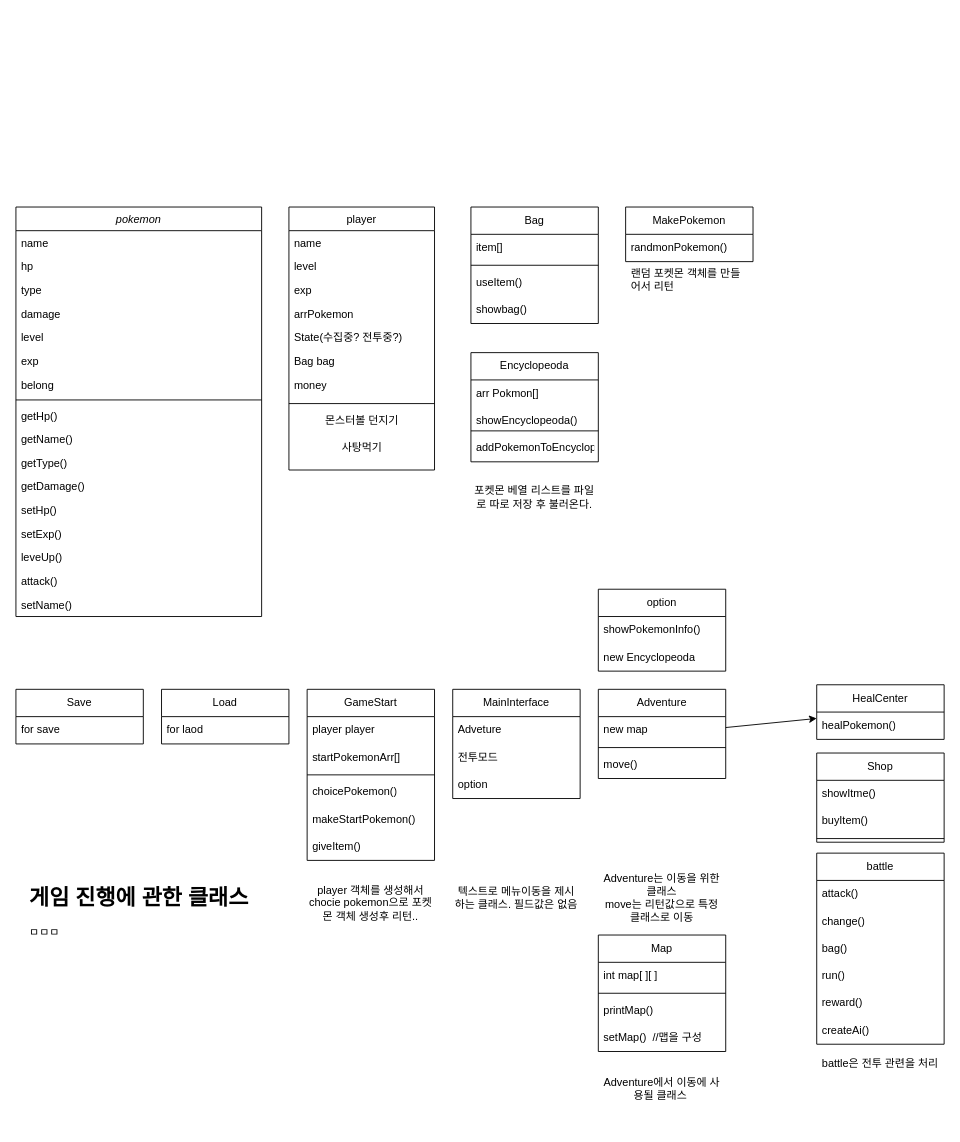
Earlier version of the draw.io diagram pokemon.drawio (heung115/java-project-pokemon). Source tidied: cells renumbered, new cells numbered last; positions are measured from the earlier drawing's top-left corner, leaving out a move shared by most shapes. Both pictures are drawn from the tidied source at 91%, with x=0, y=0 at pixel (15, 207).
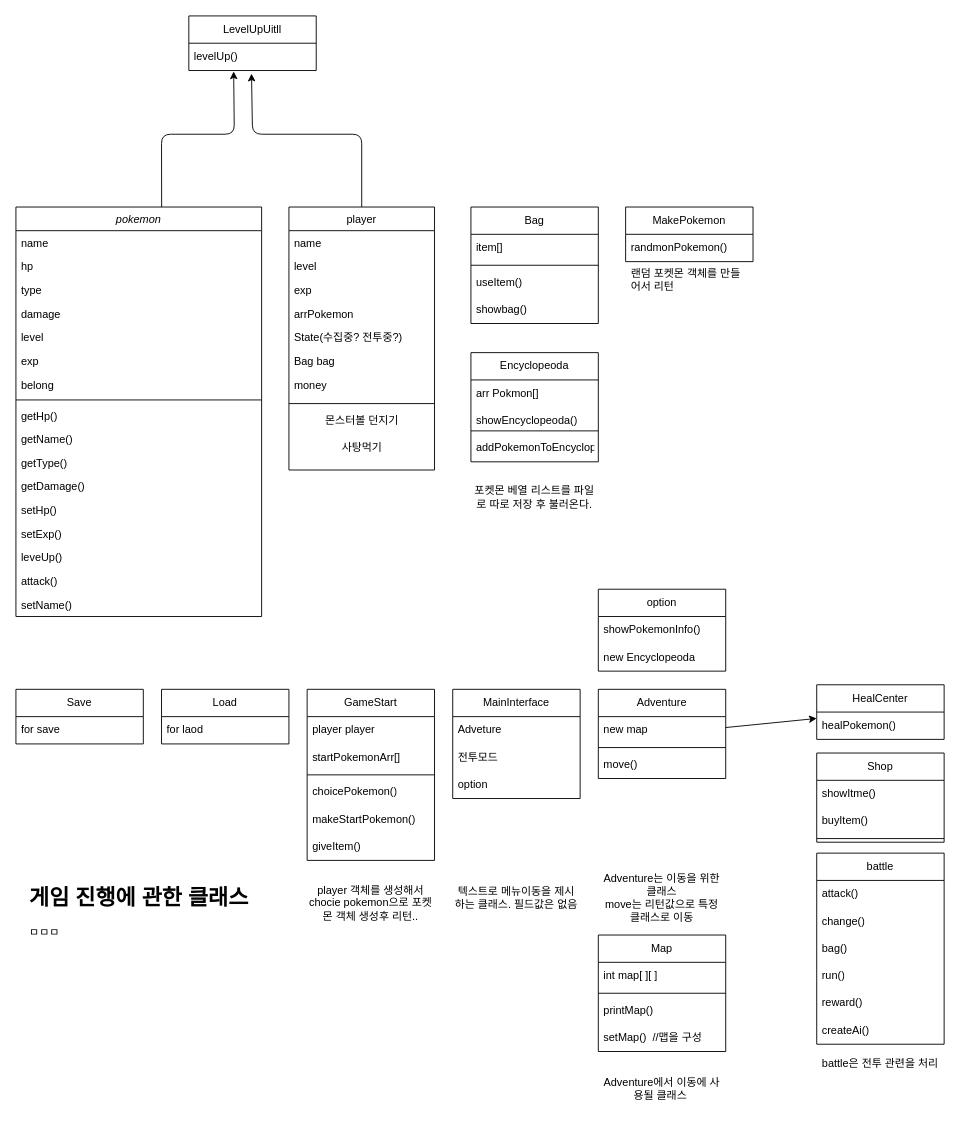
The same diagram, later.

Unchanged cells that the change refers to:
```xml
<mxCell id="2" value="pokemon" style="swimlane;fontStyle=2;align=center;verticalAlign=top;horizontal=1;startSize=26;rounded=0;shadow=0;strokeWidth=1;" parent="1" vertex="1">
  <mxGeometry width="270" height="450" as="geometry" />
</mxCell>
<mxCell id="20" value="player" style="swimlane;fontStyle=0;align=center;verticalAlign=top;horizontal=1;startSize=26;rounded=0;shadow=0;strokeWidth=1;" parent="1" vertex="1">
  <mxGeometry x="300" width="160" height="289" as="geometry" />
</mxCell>
```

The edit, as a diff of the source:
```diff
@@
+    <mxCell id="92" style="edgeStyle=none;html=1;entryX=0.352;entryY=1.032;entryDx=0;entryDy=0;entryPerimeter=0;exitX=0.593;exitY=0;exitDx=0;exitDy=0;exitPerimeter=0;" parent="1" edge="1" source="2" target="95">
+      <mxGeometry relative="1" as="geometry">
+        <Array as="points">
+          <mxPoint x="160" y="-80" />
+          <mxPoint x="240" y="-80" />
+        </Array>
+      </mxGeometry>
+    </mxCell>
@@
+    <mxCell id="93" style="edgeStyle=none;html=1;entryX=0.492;entryY=1.114;entryDx=0;entryDy=0;entryPerimeter=0;" parent="1" edge="1" source="20" target="95">
+      <mxGeometry relative="1" as="geometry">
+        <Array as="points">
+          <mxPoint x="380" y="-80" />
+          <mxPoint x="260" y="-80" />
+        </Array>
+      </mxGeometry>
+    </mxCell>
@@
+    <mxCell id="94" value="LevelUpUitll" style="swimlane;fontStyle=0;horizontal=1;startSize=30;whiteSpace=wrap;html=1;" parent="1" vertex="1">
+      <mxGeometry x="190" y="-210" width="140" height="60" as="geometry" />
+    </mxCell>
+    <mxCell id="95" value="levelUp()" style="text;strokeColor=none;fillColor=none;align=left;verticalAlign=middle;spacingLeft=4;spacingRight=4;overflow=hidden;points=[[0,0.5],[1,0.5]];portConstraint=eastwest;whiteSpace=wrap;html=1;" parent="94" vertex="1">
+      <mxGeometry y="30" width="140" height="30" as="geometry" />
+    </mxCell>
```
